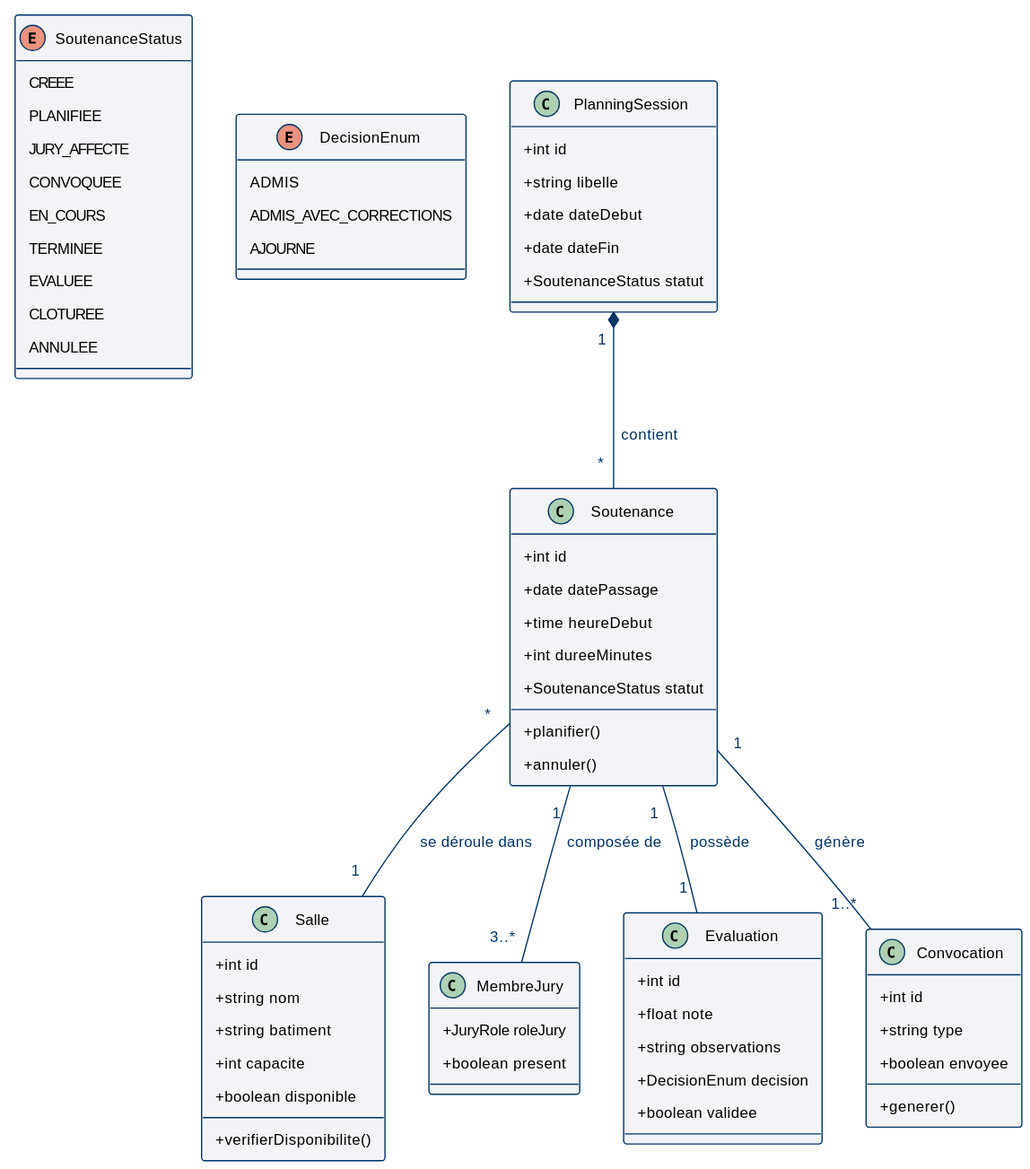
abdelaziz-ebourki/system-gestion-soutenance keeps this PlantUML diagram as docs/diagrams/svg/class_planning.svg. Above is the earlier version.
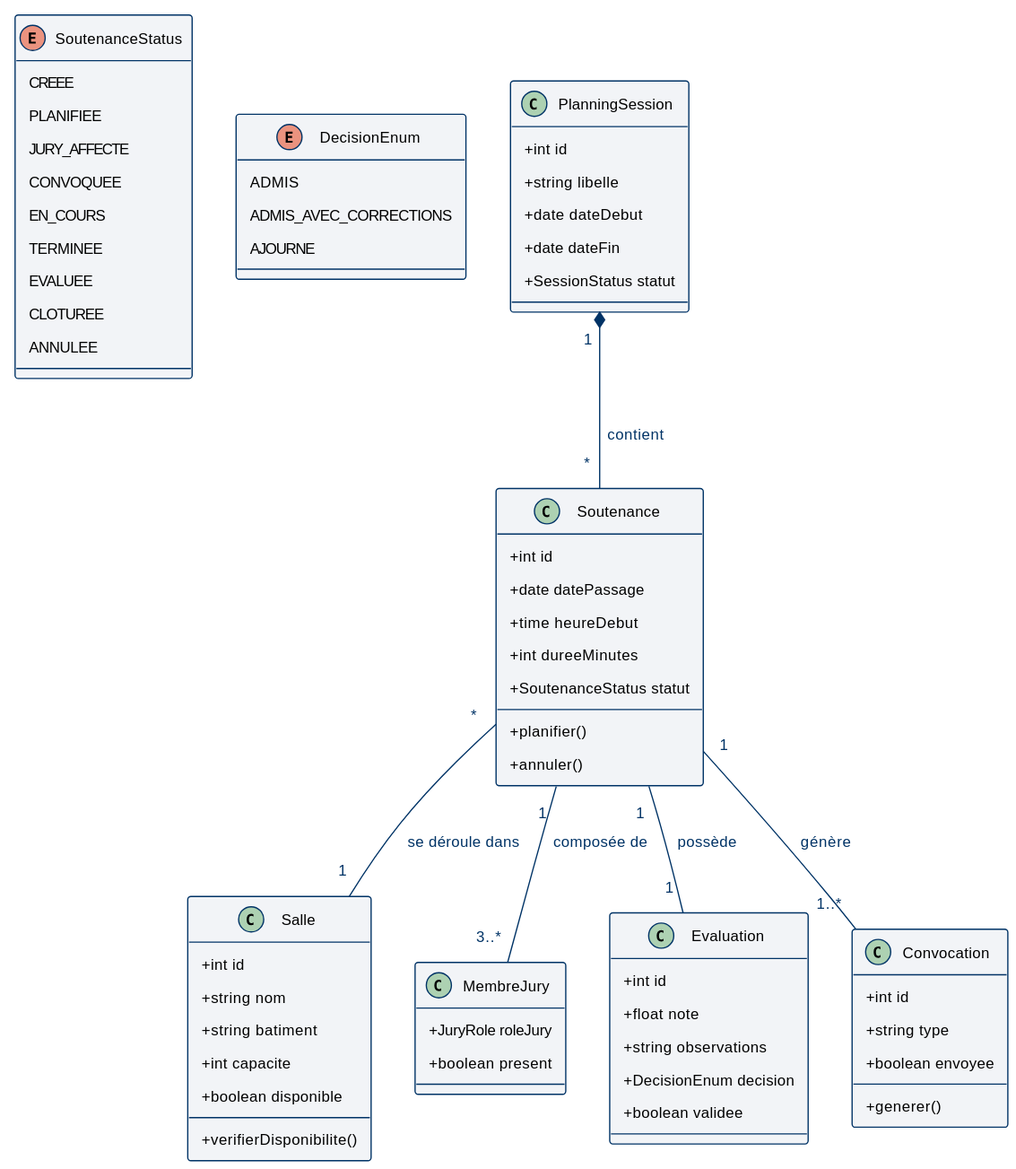
Above is the later version.

What changed in the source:
```diff
@@ -56,7 +56,7 @@
     + string libelle
     + date dateDebut
     + date dateFin
-    + SoutenanceStatus statut
+    + SessionStatus statut
 }
 
 class Convocation {
```
